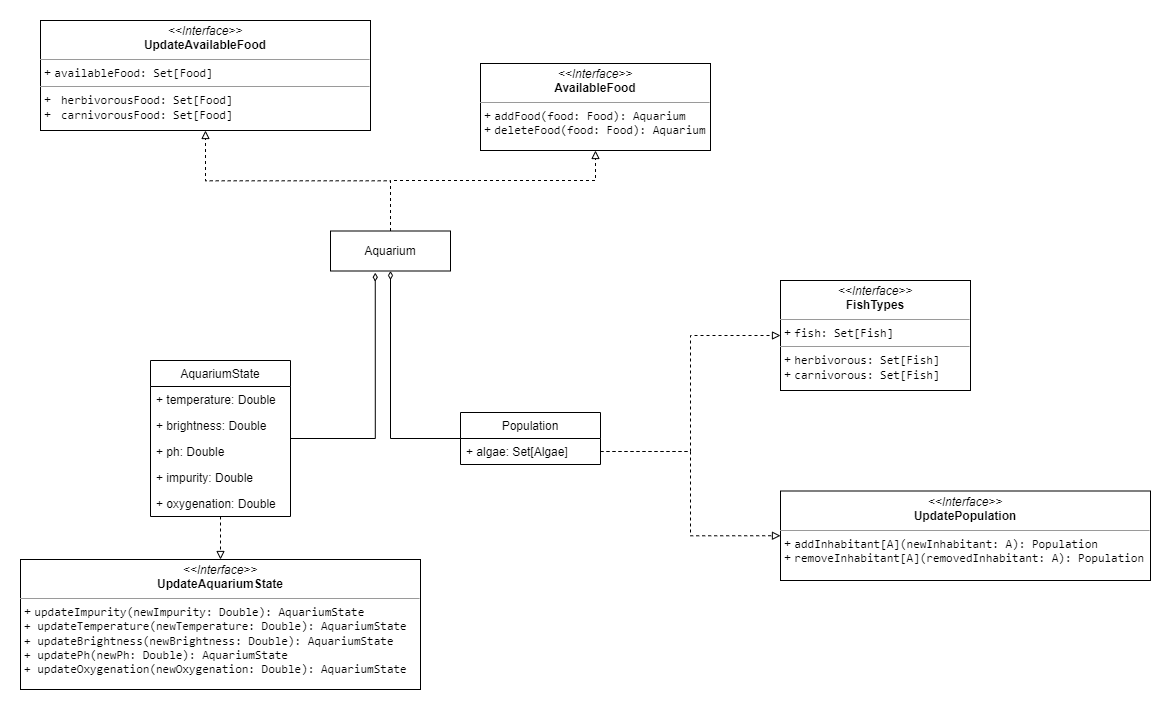
The draw.io diagram doc/report/img/UML_Aquarium.png in AquariumSimulator/PPS-22-aq-sim, before a commit. Source tidied: cells renumbered, new cells last; positions are measured from the earlier drawing's top-left corner, leaving out a move shared by most shapes.
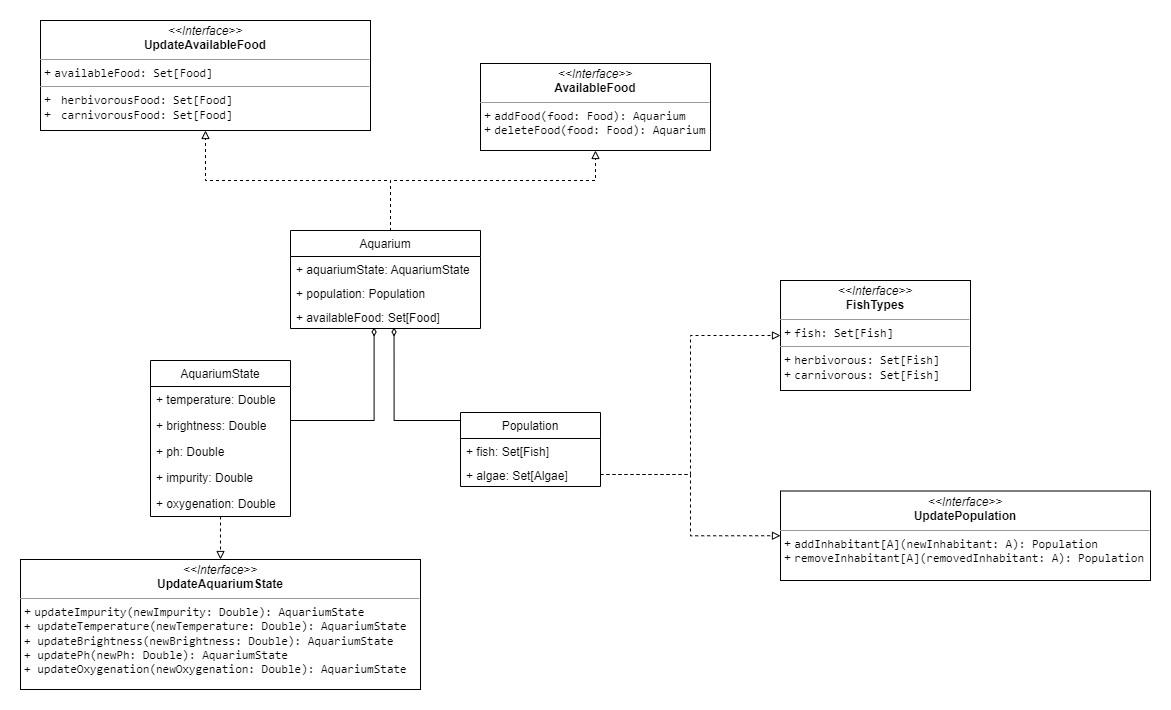
After the change.

What changed in the source:
```diff
@@ -11,8 +11,14 @@
         </Array>
       </mxGeometry>
     </mxCell>
-    <mxCell id="3" style="edgeStyle=orthogonalEdgeStyle;rounded=0;jettySize=auto;html=1;entryX=0.5;entryY=1;entryDx=0;entryDy=0;fontColor=#000000;dashed=1;endArrow=block;endFill=0;exitX=0.5;exitY=0;exitDx=0;exitDy=0;" parent="1" edge="1" source="20" target="4">
-      <mxGeometry relative="1" as="geometry" />
+    <mxCell id="3" style="edgeStyle=orthogonalEdgeStyle;rounded=0;jettySize=auto;html=1;entryX=0.5;entryY=1;entryDx=0;entryDy=0;fontColor=#000000;dashed=1;endArrow=block;endFill=0;exitX=0.5;exitY=0;exitDx=0;exitDy=0;" parent="1" edge="1" target="4">
+      <mxGeometry relative="1" as="geometry">
+        <mxPoint x="370" y="210.5" as="sourcePoint" />
+        <Array as="points">
+          <mxPoint x="370" y="160" />
+          <mxPoint x="185" y="160" />
+        </Array>
+      </mxGeometry>
     </mxCell>
     <mxCell id="4" value="&lt;p style=&quot;margin:0px;margin-top:4px;text-align:center;&quot;&gt;&lt;i&gt;&amp;lt;&amp;lt;Interface&amp;gt;&amp;gt;&lt;/i&gt;&lt;br&gt;&lt;b&gt;UpdateAvailableFood&lt;/b&gt;&lt;/p&gt;&lt;hr size=&quot;1&quot;&gt;&lt;p style=&quot;margin:0px;margin-left:4px;&quot;&gt;+&amp;nbsp;&lt;span style=&quot;font-family: &amp;quot;JetBrains Mono&amp;quot;, monospace;&quot;&gt;availableFood: Set[Food]&lt;/span&gt;&lt;/p&gt;&lt;hr size=&quot;1&quot;&gt;&lt;p style=&quot;margin:0px;margin-left:4px;&quot;&gt;+&amp;nbsp;&lt;span style=&quot;font-family: &amp;quot;JetBrains Mono&amp;quot;, monospace;&quot;&gt; &lt;/span&gt;&lt;span style=&quot;font-family: &amp;quot;JetBrains Mono&amp;quot;, monospace;&quot;&gt;herbivorousFood&lt;/span&gt;&lt;span style=&quot;font-family: &amp;quot;JetBrains Mono&amp;quot;, monospace;&quot;&gt;: Set[Food]&lt;/span&gt;&lt;/p&gt;&lt;p style=&quot;margin:0px;margin-left:4px;&quot;&gt;+&amp;nbsp;&lt;span style=&quot;font-family: &amp;quot;JetBrains Mono&amp;quot;, monospace;&quot;&gt; &lt;/span&gt;&lt;span style=&quot;font-family: &amp;quot;JetBrains Mono&amp;quot;, monospace;&quot;&gt;carnivorousFood&lt;/span&gt;&lt;span style=&quot;font-family: &amp;quot;JetBrains Mono&amp;quot;, monospace;&quot;&gt;: Set[Food]&lt;/span&gt;&lt;/p&gt;" style="verticalAlign=top;align=left;overflow=fill;fontSize=12;fontFamily=Helvetica;html=1;" parent="1" vertex="1">
       <mxGeometry x="20" width="330" height="110" as="geometry" />
@@ -23,9 +29,6 @@
     <mxCell id="6" style="edgeStyle=orthogonalEdgeStyle;rounded=0;jettySize=auto;html=1;dashed=1;endArrow=block;endFill=0;" parent="1" edge="1" source="8" target="14">
       <mxGeometry relative="1" as="geometry" />
     </mxCell>
-    <mxCell id="7" style="edgeStyle=orthogonalEdgeStyle;rounded=0;jettySize=auto;html=1;entryX=0.373;entryY=1.042;entryDx=0;entryDy=0;entryPerimeter=0;fontColor=#000000;endArrow=diamondThin;endFill=0;" parent="1" edge="1" source="8" target="20">
-      <mxGeometry relative="1" as="geometry" />
-    </mxCell>
     <mxCell id="8" value="AquariumState" style="swimlane;fontStyle=0;horizontal=1;startSize=26;fillColor=none;" parent="1" vertex="1">
       <mxGeometry x="130" y="340" width="140" height="156" as="geometry" />
     </mxCell>
@@ -47,14 +50,21 @@
     <mxCell id="14" value="&lt;p style=&quot;margin:0px;margin-top:4px;text-align:center;&quot;&gt;&lt;i&gt;&amp;lt;&amp;lt;Interface&amp;gt;&amp;gt;&lt;/i&gt;&lt;br&gt;&lt;b&gt;UpdateAquariumState&lt;/b&gt;&lt;/p&gt;&lt;hr size=&quot;1&quot;&gt;&lt;p style=&quot;margin:0px;margin-left:4px;&quot;&gt;+&amp;nbsp;&lt;span style=&quot;font-family: &amp;quot;JetBrains Mono&amp;quot;, monospace;&quot;&gt;updateImpurity&lt;/span&gt;&lt;span style=&quot;font-family: &amp;quot;JetBrains Mono&amp;quot;, monospace;&quot;&gt;(newImpurity: &lt;/span&gt;&lt;span style=&quot;font-family: &amp;quot;JetBrains Mono&amp;quot;, monospace;&quot;&gt;Double&lt;/span&gt;&lt;span style=&quot;font-family: &amp;quot;JetBrains Mono&amp;quot;, monospace;&quot;&gt;): AquariumState&lt;/span&gt;&lt;/p&gt;&lt;p style=&quot;margin:0px;margin-left:4px;&quot;&gt;&lt;span style=&quot;font-family: &amp;quot;JetBrains Mono&amp;quot;, monospace;&quot;&gt;+&amp;nbsp;&lt;/span&gt;&lt;span style=&quot;font-family: &amp;quot;JetBrains Mono&amp;quot;, monospace;&quot;&gt;updateTemperature&lt;/span&gt;&lt;span style=&quot;font-family: &amp;quot;JetBrains Mono&amp;quot;, monospace;&quot;&gt;(newTemperature: &lt;/span&gt;&lt;span style=&quot;font-family: &amp;quot;JetBrains Mono&amp;quot;, monospace;&quot;&gt;Double&lt;/span&gt;&lt;span style=&quot;font-family: &amp;quot;JetBrains Mono&amp;quot;, monospace;&quot;&gt;): AquariumState&lt;/span&gt;&lt;/p&gt;&lt;p style=&quot;margin:0px;margin-left:4px;&quot;&gt;&lt;span style=&quot;font-family: &amp;quot;JetBrains Mono&amp;quot;, monospace;&quot;&gt;+&amp;nbsp;&lt;/span&gt;&lt;span style=&quot;font-family: &amp;quot;JetBrains Mono&amp;quot;, monospace;&quot;&gt;updateBrightness&lt;/span&gt;&lt;span style=&quot;font-family: &amp;quot;JetBrains Mono&amp;quot;, monospace;&quot;&gt;(newBrightness: &lt;/span&gt;&lt;span style=&quot;font-family: &amp;quot;JetBrains Mono&amp;quot;, monospace;&quot;&gt;Double&lt;/span&gt;&lt;span style=&quot;font-family: &amp;quot;JetBrains Mono&amp;quot;, monospace;&quot;&gt;): AquariumState&lt;/span&gt;&lt;/p&gt;&lt;p style=&quot;margin:0px;margin-left:4px;&quot;&gt;&lt;span style=&quot;font-family: &amp;quot;JetBrains Mono&amp;quot;, monospace;&quot;&gt;+&amp;nbsp;&lt;/span&gt;&lt;span style=&quot;font-family: &amp;quot;JetBrains Mono&amp;quot;, monospace;&quot;&gt;updatePh&lt;/span&gt;&lt;span style=&quot;font-family: &amp;quot;JetBrains Mono&amp;quot;, monospace;&quot;&gt;(newPh: &lt;/span&gt;&lt;span style=&quot;font-family: &amp;quot;JetBrains Mono&amp;quot;, monospace;&quot;&gt;Double&lt;/span&gt;&lt;span style=&quot;font-family: &amp;quot;JetBrains Mono&amp;quot;, monospace;&quot;&gt;): AquariumState&lt;/span&gt;&lt;/p&gt;&lt;p style=&quot;margin:0px;margin-left:4px;&quot;&gt;&lt;span style=&quot;font-family: &amp;quot;JetBrains Mono&amp;quot;, monospace;&quot;&gt;+&amp;nbsp;&lt;/span&gt;&lt;span style=&quot;font-family: &amp;quot;JetBrains Mono&amp;quot;, monospace;&quot;&gt;updateOxygenation&lt;/span&gt;&lt;span style=&quot;font-family: &amp;quot;JetBrains Mono&amp;quot;, monospace;&quot;&gt;(newOxygenation: &lt;/span&gt;&lt;span style=&quot;font-family: &amp;quot;JetBrains Mono&amp;quot;, monospace;&quot;&gt;Double&lt;/span&gt;&lt;span style=&quot;font-family: &amp;quot;JetBrains Mono&amp;quot;, monospace;&quot;&gt;): AquariumState&lt;/span&gt;&lt;/p&gt;" style="verticalAlign=top;align=left;overflow=fill;fontSize=12;fontFamily=Helvetica;html=1;" parent="1" vertex="1">
       <mxGeometry y="539" width="400" height="130" as="geometry" />
     </mxCell>
-    <mxCell id="15" style="edgeStyle=orthogonalEdgeStyle;rounded=0;jettySize=auto;html=1;entryX=0.5;entryY=1;entryDx=0;entryDy=0;fontColor=#000000;endArrow=diamondThin;endFill=0;" parent="1" edge="1" source="16" target="20">
-      <mxGeometry relative="1" as="geometry" />
-    </mxCell>
+    <mxCell id="23" style="edgeStyle=orthogonalEdgeStyle;rounded=0;jettySize=auto;html=1;entryX=0.545;entryY=0.958;entryDx=0;entryDy=0;entryPerimeter=0;endArrow=diamondThin;endFill=0;" parent="1" edge="1" source="16" target="27">
+      <mxGeometry relative="1" as="geometry">
+        <Array as="points">
+          <mxPoint x="374" y="400" />
+        </Array>
+      </mxGeometry>
+    </mxCell>
     <mxCell id="16" value="Population" style="swimlane;fontStyle=0;horizontal=1;startSize=26;fillColor=none;" parent="1" vertex="1">
-      <mxGeometry x="440" y="392" width="140" height="52" as="geometry" />
+      <mxGeometry x="440" y="392" width="140" height="74" as="geometry" />
     </mxCell>
+    <mxCell id="24" value="+ fish: Set[Fish]" style="text;strokeColor=none;fillColor=none;align=left;verticalAlign=top;spacingLeft=4;spacingRight=4;overflow=hidden;labelBackgroundColor=default;" parent="16" vertex="1">
+      <mxGeometry y="26" width="140" height="24" as="geometry" />
+    </mxCell>
     <mxCell id="17" value="+ algae: Set[Algae]" style="text;strokeColor=none;fillColor=none;align=left;verticalAlign=top;spacingLeft=4;spacingRight=4;overflow=hidden;points=[[0,0.5],[1,0.5]];portConstraint=eastwest;labelBackgroundColor=default;" parent="16" vertex="1">
-      <mxGeometry y="26" width="140" height="26" as="geometry" />
+      <mxGeometry y="50" width="140" height="24" as="geometry" />
     </mxCell>
     <mxCell id="18" value="&lt;p style=&quot;margin:0px;margin-top:4px;text-align:center;&quot;&gt;&lt;i&gt;&amp;lt;&amp;lt;Interface&amp;gt;&amp;gt;&lt;/i&gt;&lt;br&gt;&lt;b&gt;UpdatePopulation&lt;/b&gt;&lt;/p&gt;&lt;hr size=&quot;1&quot;&gt;&lt;p style=&quot;margin:0px;margin-left:4px;&quot;&gt;+&amp;nbsp;&lt;span style=&quot;font-family: &amp;quot;JetBrains Mono&amp;quot;, monospace;&quot;&gt;addInhabitant&lt;/span&gt;&lt;span style=&quot;font-family: &amp;quot;JetBrains Mono&amp;quot;, monospace;&quot;&gt;[&lt;/span&gt;&lt;span style=&quot;font-family: &amp;quot;JetBrains Mono&amp;quot;, monospace;&quot;&gt;A&lt;/span&gt;&lt;span style=&quot;font-family: &amp;quot;JetBrains Mono&amp;quot;, monospace;&quot;&gt;](newInhabitant: &lt;/span&gt;&lt;span style=&quot;font-family: &amp;quot;JetBrains Mono&amp;quot;, monospace;&quot;&gt;A&lt;/span&gt;&lt;span style=&quot;font-family: &amp;quot;JetBrains Mono&amp;quot;, monospace;&quot;&gt;): Population&lt;/span&gt;&lt;/p&gt;&lt;p style=&quot;margin:0px;margin-left:4px;&quot;&gt;+&amp;nbsp;&lt;span style=&quot;font-family: &amp;quot;JetBrains Mono&amp;quot;, monospace;&quot;&gt;removeInhabitant&lt;/span&gt;&lt;span style=&quot;font-family: &amp;quot;JetBrains Mono&amp;quot;, monospace;&quot;&gt;[&lt;/span&gt;&lt;span style=&quot;font-family: &amp;quot;JetBrains Mono&amp;quot;, monospace;&quot;&gt;A&lt;/span&gt;&lt;span style=&quot;font-family: &amp;quot;JetBrains Mono&amp;quot;, monospace;&quot;&gt;](removedInhabitant: &lt;/span&gt;&lt;span style=&quot;font-family: &amp;quot;JetBrains Mono&amp;quot;, monospace;&quot;&gt;A&lt;/span&gt;&lt;span style=&quot;font-family: &amp;quot;JetBrains Mono&amp;quot;, monospace;&quot;&gt;): Population&lt;/span&gt;&lt;/p&gt;" style="verticalAlign=top;align=left;overflow=fill;fontSize=12;fontFamily=Helvetica;html=1;" parent="1" vertex="1">
       <mxGeometry x="760" y="470.5" width="370" height="89.5" as="geometry" />
@@ -62,14 +72,30 @@
     <mxCell id="19" value="&lt;p style=&quot;margin:0px;margin-top:4px;text-align:center;&quot;&gt;&lt;i&gt;&amp;lt;&amp;lt;Interface&amp;gt;&amp;gt;&lt;/i&gt;&lt;br&gt;&lt;b&gt;FishTypes&lt;/b&gt;&lt;/p&gt;&lt;hr size=&quot;1&quot;&gt;&lt;p style=&quot;margin:0px;margin-left:4px;&quot;&gt;+&amp;nbsp;&lt;span style=&quot;font-family: &amp;quot;JetBrains Mono&amp;quot;, monospace;&quot;&gt;fish: Set[Fish]&lt;/span&gt;&lt;/p&gt;&lt;hr size=&quot;1&quot;&gt;&lt;p style=&quot;margin:0px;margin-left:4px;&quot;&gt;+&amp;nbsp;&lt;span style=&quot;font-family: &amp;quot;JetBrains Mono&amp;quot;, monospace;&quot;&gt;herbivorous&lt;/span&gt;&lt;span style=&quot;font-family: &amp;quot;JetBrains Mono&amp;quot;, monospace;&quot;&gt;: Set[Fish]&lt;/span&gt;&lt;/p&gt;&lt;p style=&quot;margin:0px;margin-left:4px;&quot;&gt;+&amp;nbsp;&lt;span style=&quot;font-family: &amp;quot;JetBrains Mono&amp;quot;, monospace;&quot;&gt;carnivorous&lt;/span&gt;&lt;span style=&quot;font-family: &amp;quot;JetBrains Mono&amp;quot;, monospace;&quot;&gt;: Set[Fish]&lt;/span&gt;&lt;/p&gt;" style="verticalAlign=top;align=left;overflow=fill;fontSize=12;fontFamily=Helvetica;html=1;" parent="1" vertex="1">
       <mxGeometry x="760" y="260" width="190" height="110" as="geometry" />
     </mxCell>
-    <mxCell id="20" value="Aquarium" style="rounded=0;whiteSpace=wrap;html=1;labelBackgroundColor=none;fontColor=#000000;" parent="1" vertex="1">
-      <mxGeometry x="310" y="210.5" width="120" height="40" as="geometry" />
-    </mxCell>
     <mxCell id="21" style="edgeStyle=orthogonalEdgeStyle;rounded=0;jettySize=auto;html=1;entryX=0;entryY=0.5;entryDx=0;entryDy=0;fontColor=#000000;endArrow=block;endFill=0;dashed=1;" parent="1" edge="1" source="17" target="18">
       <mxGeometry relative="1" as="geometry" />
     </mxCell>
     <mxCell id="22" style="edgeStyle=orthogonalEdgeStyle;rounded=0;jettySize=auto;html=1;entryX=0;entryY=0.5;entryDx=0;entryDy=0;dashed=1;fontColor=#000000;endArrow=block;endFill=0;" parent="1" edge="1" source="17" target="19">
       <mxGeometry relative="1" as="geometry" />
     </mxCell>
+    <mxCell id="20" value="Aquarium" style="swimlane;fontStyle=0;horizontal=1;startSize=26;fillColor=none;" parent="1" vertex="1">
+      <mxGeometry x="270" y="210" width="190" height="98" as="geometry" />
+    </mxCell>
+    <mxCell id="25" value="+ aquariumState: AquariumState" style="text;strokeColor=none;fillColor=none;align=left;verticalAlign=top;spacingLeft=4;spacingRight=4;overflow=hidden;labelBackgroundColor=default;" parent="20" vertex="1">
+      <mxGeometry y="26" width="190" height="24" as="geometry" />
+    </mxCell>
+    <mxCell id="26" value="+ population: Population" style="text;strokeColor=none;fillColor=none;align=left;verticalAlign=top;spacingLeft=4;spacingRight=4;overflow=hidden;labelBackgroundColor=default;" parent="20" vertex="1">
+      <mxGeometry y="50" width="190" height="24" as="geometry" />
+    </mxCell>
+    <mxCell id="27" value="+ availableFood: Set[Food]" style="text;strokeColor=none;fillColor=none;align=left;verticalAlign=top;spacingLeft=4;spacingRight=4;overflow=hidden;points=[[0,0.5],[1,0.5]];portConstraint=eastwest;labelBackgroundColor=default;" parent="20" vertex="1">
+      <mxGeometry y="74" width="190" height="24" as="geometry" />
+    </mxCell>
+    <mxCell id="28" style="edgeStyle=orthogonalEdgeStyle;rounded=0;jettySize=auto;html=1;entryX=0.44;entryY=0.958;entryDx=0;entryDy=0;entryPerimeter=0;endArrow=diamondThin;endFill=0;" parent="1" edge="1" source="10" target="27">
+      <mxGeometry relative="1" as="geometry">
+        <Array as="points">
+          <mxPoint x="354" y="400" />
+        </Array>
+      </mxGeometry>
+    </mxCell>
   </root>
 </mxGraphModel>
```
